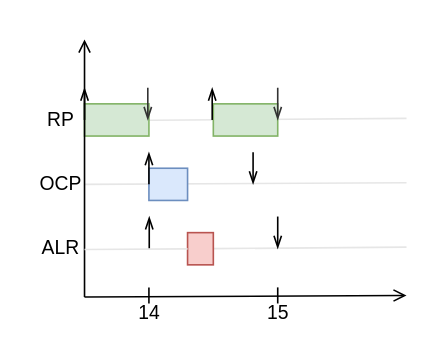
Before: page "critical-instant" (2 of 9) of report/images/timelines.drawio in jiayihu/SRT, a draw.io diagram. Source tidied: cells renumbered, new cells numbered last; positions are measured from the earlier drawing's top-left corner, leaving out a move shared by most shapes. Both pictures are drawn from the tidied source at 161%, with x=0, y=0 at pixel (27, 39).
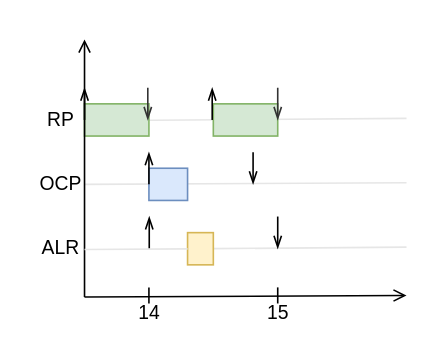
The same diagram, later.

Diff of the diagram source:
```diff
@@
-    <mxCell id="23" style="whiteSpace=wrap;html=1;fillColor=#f8cecc;strokeColor=#b85450;" parent="1" vertex="1">
+    <mxCell id="23" style="whiteSpace=wrap;html=1;fillColor=#fff2cc;strokeColor=#d6b656;" parent="1" vertex="1">
       <mxGeometry x="99" y="120" width="16" height="20" as="geometry" />
     </mxCell>
```
